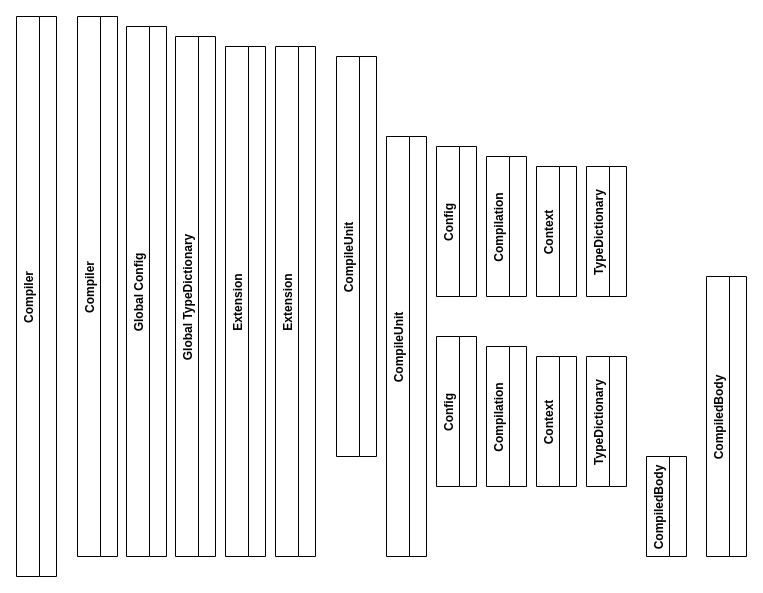
Above: jb2/doc/ArchitectureLifecycles.drawio in mstoodle/omr (draw.io), before the change. Source tidied: cells renumbered, new cells numbered last; positions are measured from the earlier drawing's top-left corner, leaving out a move shared by most shapes. Both pictures are drawn from the tidied source at 100%, with x=0, y=0 at pixel (16, 16).
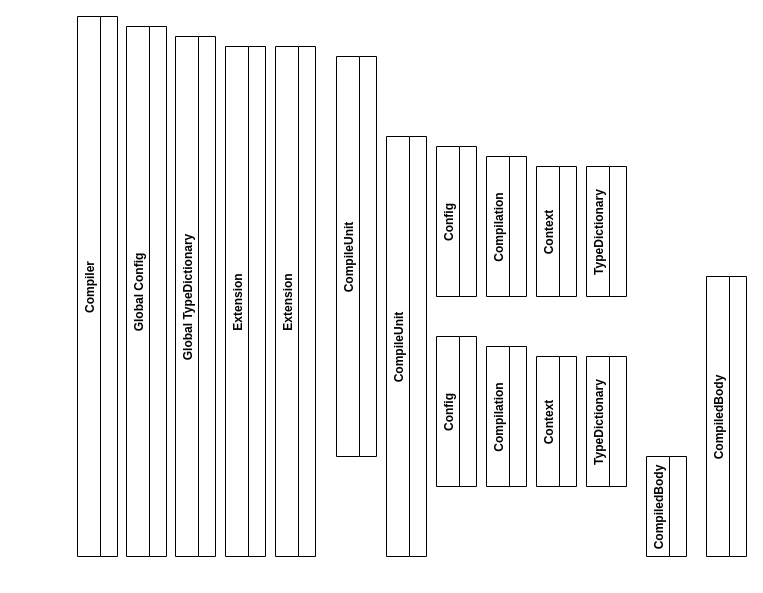
The same page after the edit.

Commit message (it also covers changes not shown here):
jb2: doc updates that will need further adjustment

Change to the diagram source:
```diff
@@
 <mxGraphModel>
   <root>
     <mxCell id="0" />
     <mxCell id="1" parent="0" />
     <mxCell id="2" value="Compiler" style="swimlane;horizontal=0;" parent="1" vertex="1">
       <mxGeometry x="61" width="40" height="540" as="geometry" />
     </mxCell>
     <mxCell id="3" value="CompileUnit" style="swimlane;horizontal=0;" parent="1" vertex="1">
       <mxGeometry x="370" y="120" width="40" height="420" as="geometry" />
     </mxCell>
     <mxCell id="4" value="Compilation" style="swimlane;horizontal=0;" parent="1" vertex="1">
       <mxGeometry x="470" y="140" width="40" height="140" as="geometry" />
     </mxCell>
     <mxCell id="5" value="Extension" style="swimlane;horizontal=0;" parent="1" vertex="1">
       <mxGeometry x="209" y="30" width="40" height="510" as="geometry" />
     </mxCell>
     <mxCell id="6" value="Extension" style="swimlane;horizontal=0;" parent="1" vertex="1">
       <mxGeometry x="259" y="30" width="40" height="510" as="geometry" />
     </mxCell>
     <mxCell id="7" value="CompileUnit" style="swimlane;horizontal=0;" parent="1" vertex="1">
       <mxGeometry x="320" y="40" width="40" height="400" as="geometry" />
     </mxCell>
     <mxCell id="8" value="Global Config" style="swimlane;horizontal=0;" parent="1" vertex="1">
       <mxGeometry x="110" y="10" width="40" height="530" as="geometry" />
     </mxCell>
     <mxCell id="9" value="Global TypeDictionary" style="swimlane;horizontal=0;" parent="1" vertex="1">
       <mxGeometry x="159" y="20" width="40" height="520" as="geometry" />
     </mxCell>
     <mxCell id="10" value="Config" style="swimlane;horizontal=0;" parent="1" vertex="1">
       <mxGeometry x="420" y="130" width="40" height="150" as="geometry" />
     </mxCell>
     <mxCell id="11" value="Context" style="swimlane;horizontal=0;" parent="1" vertex="1">
       <mxGeometry x="520" y="150" width="40" height="130" as="geometry" />
     </mxCell>
     <mxCell id="12" value="TypeDictionary" style="swimlane;horizontal=0;startSize=23;" parent="1" vertex="1">
       <mxGeometry x="570" y="150" width="40" height="130" as="geometry" />
     </mxCell>
     <mxCell id="13" value="CompiledBody" style="swimlane;horizontal=0;startSize=23;" parent="1" vertex="1">
       <mxGeometry x="690" y="260" width="40" height="280" as="geometry" />
     </mxCell>
     <mxCell id="14" value="Compilation" style="swimlane;horizontal=0;" parent="1" vertex="1">
       <mxGeometry x="470" y="330" width="40" height="140" as="geometry" />
     </mxCell>
     <mxCell id="15" value="Config" style="swimlane;horizontal=0;" parent="1" vertex="1">
       <mxGeometry x="420" y="320" width="40" height="150" as="geometry" />
     </mxCell>
     <mxCell id="16" value="Context" style="swimlane;horizontal=0;" parent="1" vertex="1">
       <mxGeometry x="520" y="340" width="40" height="130" as="geometry" />
     </mxCell>
     <mxCell id="17" value="TypeDictionary" style="swimlane;horizontal=0;startSize=23;" parent="1" vertex="1">
       <mxGeometry x="570" y="340" width="40" height="130" as="geometry" />
     </mxCell>
     <mxCell id="18" value="CompiledBody" style="swimlane;horizontal=0;startSize=23;" parent="1" vertex="1">
       <mxGeometry x="630" y="440" width="40" height="100" as="geometry" />
     </mxCell>
-    <mxCell id="19" value="Compiler" style="swimlane;horizontal=0;" parent="1" vertex="1">
-      <mxGeometry width="40" height="560" as="geometry" />
-    </mxCell>
   </root>
 </mxGraphModel>
```
